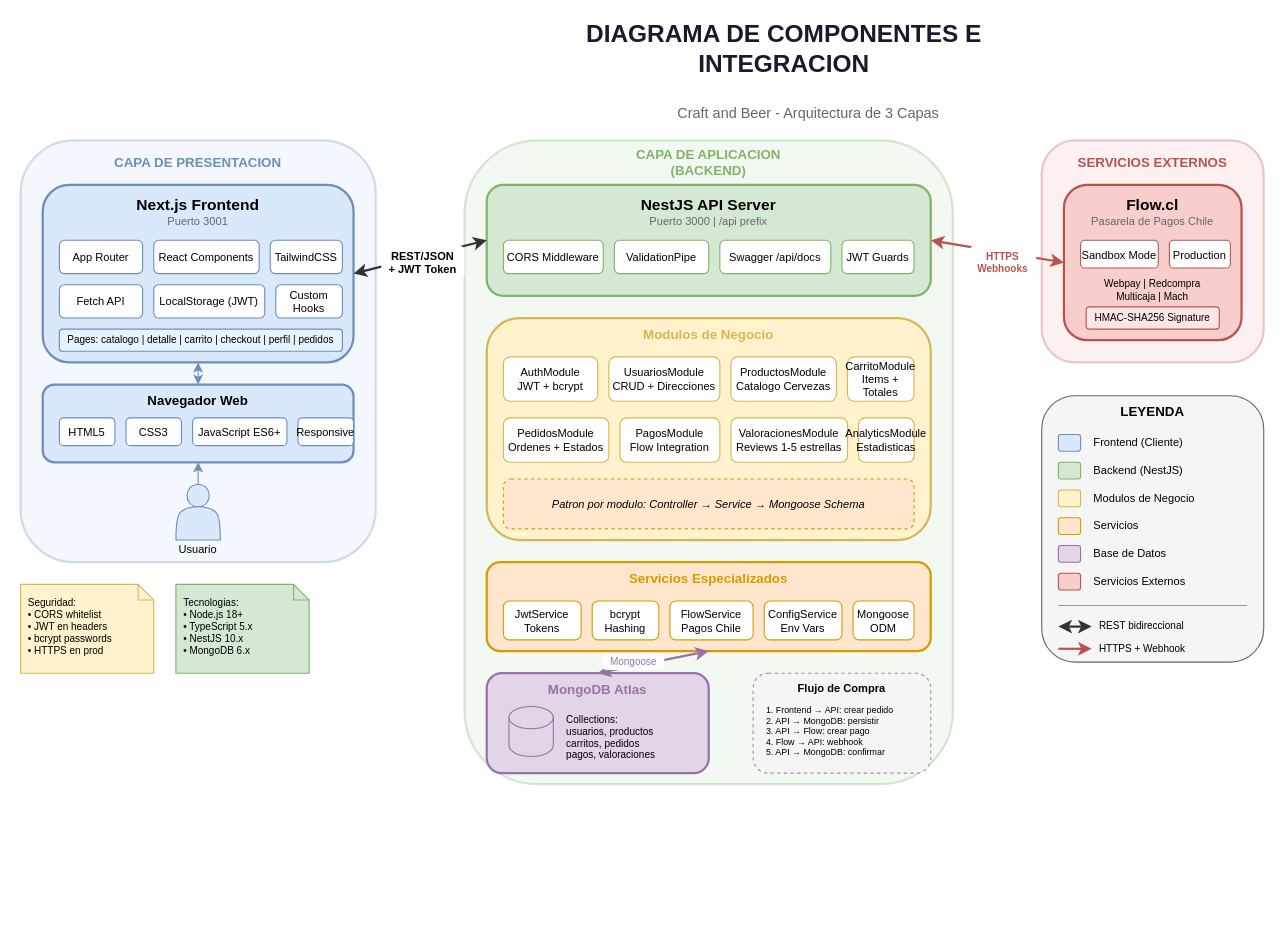
The draw.io diagram diagrams/criterio-08-diagrama-componentes.drawio in Zapalloman/Craft-Beer-Web, before the edit. Source tidied: cells renumbered, new cells numbered last; positions are measured from the earlier drawing's top-left corner, leaving out a move shared by most shapes. Both pictures are drawn from the tidied source at 111%, with x=0, y=0 at pixel (20, 29).
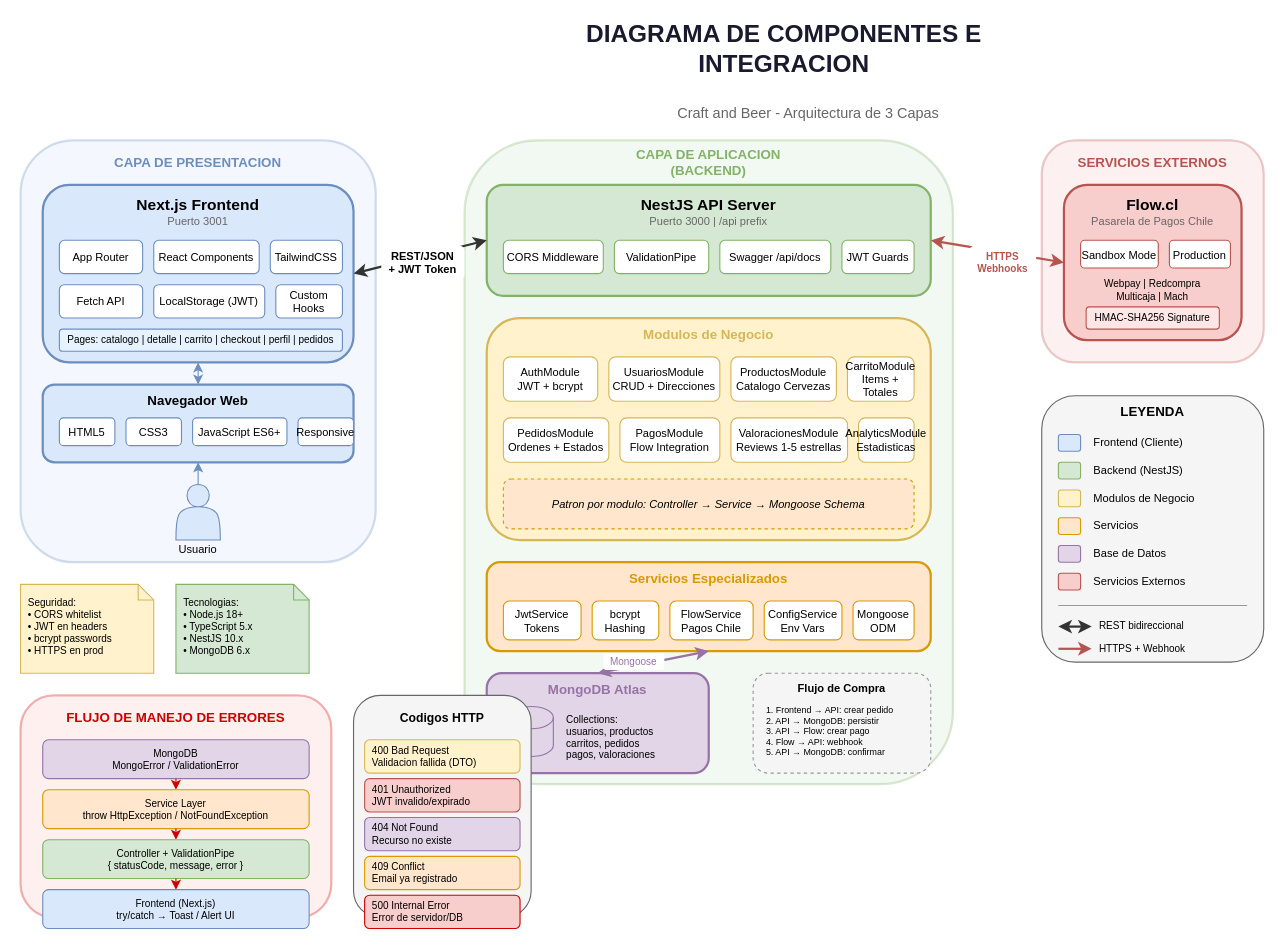
Above is the later version.

Commit message:
rubrica nueva

The edit, as a diff of the source:
```diff
@@
+    <mxCell id="97" style="rounded=1;whiteSpace=wrap;html=1;fillColor=#ffcccc;strokeColor=#cc0000;strokeWidth=2;opacity=30;" parent="1" vertex="1">
+      <mxGeometry y="600" width="280" height="200" as="geometry" />
+    </mxCell>
+    <mxCell id="98" value="FLUJO DE MANEJO DE ERRORES" style="text;html=1;strokeColor=none;fillColor=none;align=center;verticalAlign=middle;whiteSpace=wrap;rounded=0;fontSize=12;fontStyle=1;fontColor=#cc0000;" parent="1" vertex="1">
+      <mxGeometry x="20" y="610" width="240" height="20" as="geometry" />
+    </mxCell>
+    <mxCell id="99" value="MongoDB&#10;MongoError / ValidationError" style="rounded=1;whiteSpace=wrap;html=1;fillColor=#e1d5e7;strokeColor=#9673a6;fontSize=9;align=center;" parent="1" vertex="1">
+      <mxGeometry x="20" y="640" width="240" height="35" as="geometry" />
+    </mxCell>
+    <mxCell id="100" style="endArrow=classic;html=1;rounded=0;strokeWidth=1;strokeColor=#cc0000;exitX=0.5;exitY=1;exitDx=0;exitDy=0;" parent="1" edge="1">
+      <mxGeometry relative="1" as="geometry">
+        <mxPoint x="140" y="675" as="sourcePoint" />
+        <mxPoint x="140" y="685" as="targetPoint" />
+      </mxGeometry>
+    </mxCell>
+    <mxCell id="101" value="Service Layer&#10;throw HttpException / NotFoundException" style="rounded=1;whiteSpace=wrap;html=1;fillColor=#ffe6cc;strokeColor=#d79b00;fontSize=9;align=center;" parent="1" vertex="1">
+      <mxGeometry x="20" y="685" width="240" height="35" as="geometry" />
+    </mxCell>
+    <mxCell id="102" style="endArrow=classic;html=1;rounded=0;strokeWidth=1;strokeColor=#cc0000;" parent="1" edge="1">
+      <mxGeometry relative="1" as="geometry">
+        <mxPoint x="140" y="720" as="sourcePoint" />
+        <mxPoint x="140" y="730" as="targetPoint" />
+      </mxGeometry>
+    </mxCell>
+    <mxCell id="103" value="Controller + ValidationPipe&#10;{ statusCode, message, error }" style="rounded=1;whiteSpace=wrap;html=1;fillColor=#d5e8d4;strokeColor=#82b366;fontSize=9;align=center;" parent="1" vertex="1">
+      <mxGeometry x="20" y="730" width="240" height="35" as="geometry" />
+    </mxCell>
+    <mxCell id="104" style="endArrow=classic;html=1;rounded=0;strokeWidth=1;strokeColor=#cc0000;" parent="1" edge="1">
+      <mxGeometry relative="1" as="geometry">
+        <mxPoint x="140" y="765" as="sourcePoint" />
+        <mxPoint x="140" y="775" as="targetPoint" />
+      </mxGeometry>
+    </mxCell>
+    <mxCell id="105" value="Frontend (Next.js)&#10;try/catch → Toast / Alert UI" style="rounded=1;whiteSpace=wrap;html=1;fillColor=#dae8fc;strokeColor=#6c8ebf;fontSize=9;align=center;" parent="1" vertex="1">
+      <mxGeometry x="20" y="775" width="240" height="35" as="geometry" />
+    </mxCell>
+    <mxCell id="106" style="rounded=1;whiteSpace=wrap;html=1;fillColor=#f5f5f5;strokeColor=#666666;strokeWidth=1;" parent="1" vertex="1">
+      <mxGeometry x="300" y="600" width="160" height="200" as="geometry" />
+    </mxCell>
+    <mxCell id="107" value="Codigos HTTP" style="text;html=1;strokeColor=none;fillColor=none;align=center;verticalAlign=middle;whiteSpace=wrap;rounded=0;fontSize=11;fontStyle=1;" parent="1" vertex="1">
+      <mxGeometry x="320" y="610" width="120" height="20" as="geometry" />
+    </mxCell>
+    <mxCell id="108" value="400 Bad Request&#10;Validacion fallida (DTO)" style="rounded=1;whiteSpace=wrap;html=1;fillColor=#fff2cc;strokeColor=#d6b656;fontSize=9;align=left;spacingLeft=5;" parent="1" vertex="1">
+      <mxGeometry x="310" y="640" width="140" height="30" as="geometry" />
+    </mxCell>
+    <mxCell id="109" value="401 Unauthorized&#10;JWT invalido/expirado" style="rounded=1;whiteSpace=wrap;html=1;fillColor=#f8cecc;strokeColor=#b85450;fontSize=9;align=left;spacingLeft=5;" parent="1" vertex="1">
+      <mxGeometry x="310" y="675" width="140" height="30" as="geometry" />
+    </mxCell>
+    <mxCell id="110" value="404 Not Found&#10;Recurso no existe" style="rounded=1;whiteSpace=wrap;html=1;fillColor=#e1d5e7;strokeColor=#9673a6;fontSize=9;align=left;spacingLeft=5;" parent="1" vertex="1">
+      <mxGeometry x="310" y="710" width="140" height="30" as="geometry" />
+    </mxCell>
+    <mxCell id="111" value="409 Conflict&#10;Email ya registrado" style="rounded=1;whiteSpace=wrap;html=1;fillColor=#ffe6cc;strokeColor=#d79b00;fontSize=9;align=left;spacingLeft=5;" parent="1" vertex="1">
+      <mxGeometry x="310" y="745" width="140" height="30" as="geometry" />
+    </mxCell>
+    <mxCell id="112" value="500 Internal Error&#10;Error de servidor/DB" style="rounded=1;whiteSpace=wrap;html=1;fillColor=#f8cecc;strokeColor=#cc0000;fontSize=9;align=left;spacingLeft=5;" parent="1" vertex="1">
+      <mxGeometry x="310" y="780" width="140" height="30" as="geometry" />
+    </mxCell>
```
